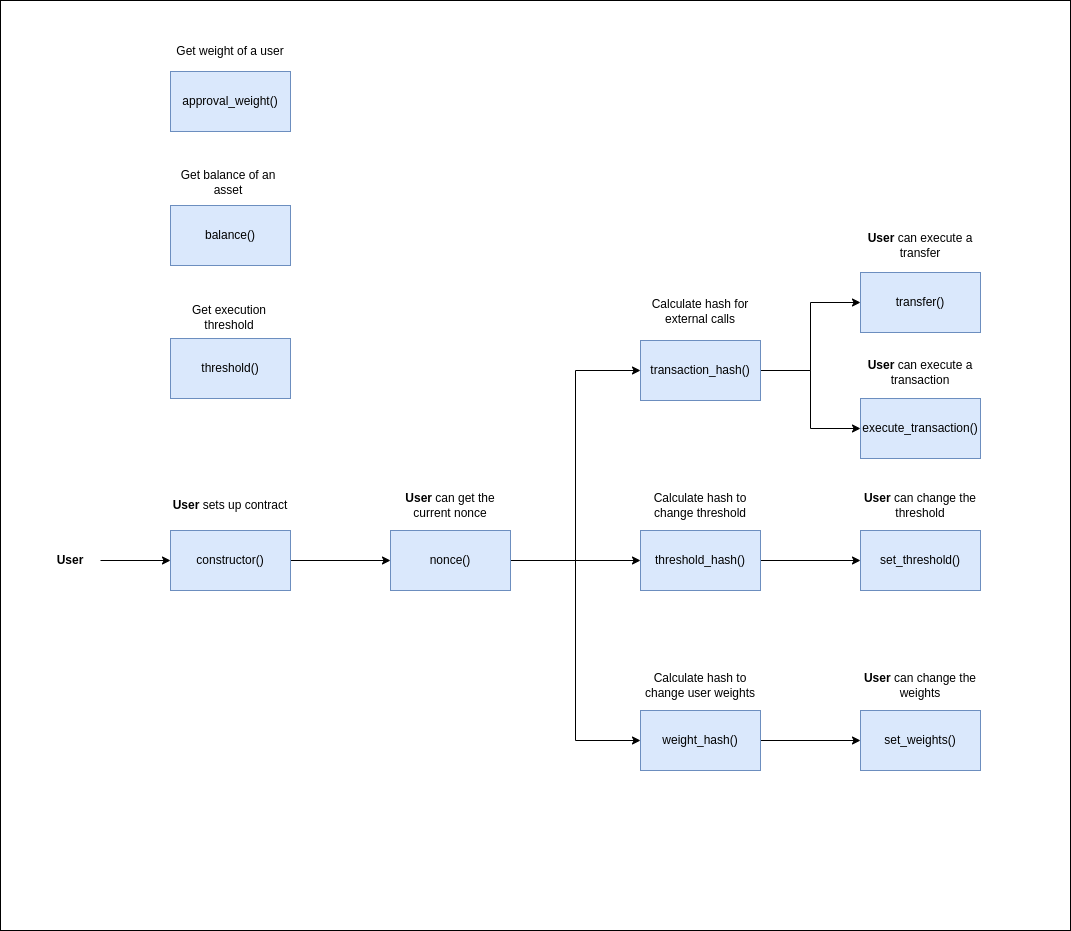
This is multisig-wallet/.docs/multisig-wallet-sequence-diagram.png from FuelLabs/sway-applications, a draw.io export, as it was before one commit. Source tidied: cells renumbered, new cells last; positions are measured from the earlier drawing's top-left corner, leaving out a move shared by most shapes.
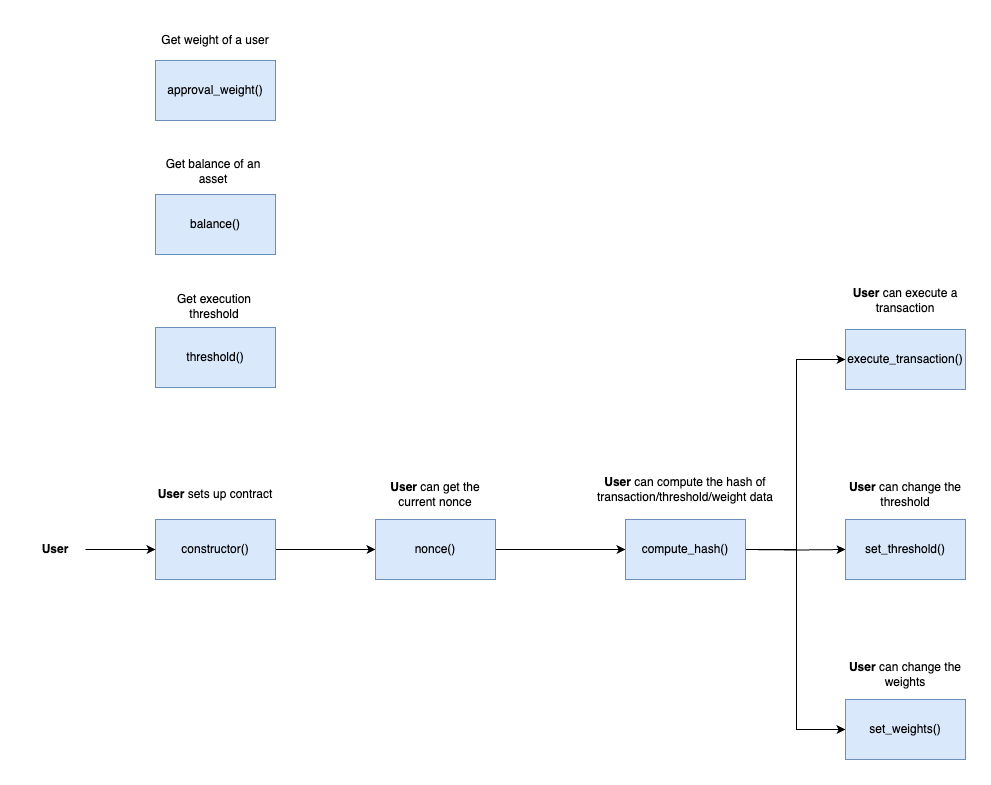
After the change.

Change to the diagram source:
```diff
@@ -2,9 +2,6 @@
   <root>
     <mxCell id="0" />
     <mxCell id="1" parent="0" />
-    <mxCell id="2" style="rounded=0;whiteSpace=wrap;html=1;" parent="1" vertex="1">
-      <mxGeometry width="1070" height="930" as="geometry" />
-    </mxCell>
     <mxCell id="3" style="edgeStyle=orthogonalEdgeStyle;rounded=0;jettySize=auto;html=1;entryX=0;entryY=0.5;entryDx=0;entryDy=0;" parent="1" edge="1" source="4" target="11">
       <mxGeometry relative="1" as="geometry" />
     </mxCell>
@@ -20,14 +17,28 @@
     <mxCell id="7" value="&lt;b&gt;User&lt;/b&gt;&amp;nbsp;sets up contract" style="text;html=1;strokeColor=none;fillColor=none;align=center;verticalAlign=middle;whiteSpace=wrap;rounded=0;" parent="1" vertex="1">
       <mxGeometry x="170" y="490" width="120" height="30" as="geometry" />
     </mxCell>
-    <mxCell id="8" style="edgeStyle=orthogonalEdgeStyle;rounded=0;jettySize=auto;html=1;entryX=0;entryY=0.5;entryDx=0;entryDy=0;" parent="1" edge="1" source="11" target="17">
-      <mxGeometry relative="1" as="geometry" />
+    <mxCell id="8" style="edgeStyle=orthogonalEdgeStyle;rounded=0;jettySize=auto;html=1;entryX=0;entryY=0.5;entryDx=0;entryDy=0;" parent="1" edge="1" source="11">
+      <mxGeometry relative="1" as="geometry">
+        <mxPoint x="640" y="560" as="targetPoint" />
+      </mxGeometry>
     </mxCell>
-    <mxCell id="9" style="edgeStyle=orthogonalEdgeStyle;rounded=0;jettySize=auto;html=1;entryX=0;entryY=0.5;entryDx=0;entryDy=0;" parent="1" edge="1" source="11" target="15">
-      <mxGeometry relative="1" as="geometry" />
+    <mxCell id="9" style="edgeStyle=orthogonalEdgeStyle;rounded=0;jettySize=auto;html=1;" parent="1" edge="1" target="24">
+      <mxGeometry relative="1" as="geometry">
+        <mxPoint x="680" y="560" as="sourcePoint" />
+        <Array as="points">
+          <mxPoint x="811" y="560" />
+          <mxPoint x="811" y="370" />
+        </Array>
+      </mxGeometry>
     </mxCell>
-    <mxCell id="10" style="edgeStyle=orthogonalEdgeStyle;rounded=0;jettySize=auto;html=1;entryX=0;entryY=0.5;entryDx=0;entryDy=0;" parent="1" edge="1" source="11" target="19">
-      <mxGeometry relative="1" as="geometry" />
+    <mxCell id="10" style="edgeStyle=orthogonalEdgeStyle;rounded=0;jettySize=auto;html=1;entryX=0;entryY=0.5;entryDx=0;entryDy=0;" parent="1" edge="1" target="28">
+      <mxGeometry relative="1" as="geometry">
+        <mxPoint x="680" y="560" as="sourcePoint" />
+        <Array as="points">
+          <mxPoint x="811" y="560" />
+          <mxPoint x="811" y="740" />
+        </Array>
+      </mxGeometry>
     </mxCell>
     <mxCell id="11" value="nonce()" style="rounded=0;whiteSpace=wrap;html=1;fillColor=#dae8fc;strokeColor=#6c8ebf;" parent="1" vertex="1">
       <mxGeometry x="390" y="530" width="120" height="60" as="geometry" />
@@ -35,48 +46,17 @@
     <mxCell id="12" value="&lt;b&gt;User&lt;/b&gt;&amp;nbsp;can get the current nonce" style="text;html=1;strokeColor=none;fillColor=none;align=center;verticalAlign=middle;whiteSpace=wrap;rounded=0;" parent="1" vertex="1">
       <mxGeometry x="390" y="490" width="120" height="30" as="geometry" />
     </mxCell>
-    <mxCell id="13" style="edgeStyle=orthogonalEdgeStyle;rounded=0;jettySize=auto;html=1;entryX=0;entryY=0.5;entryDx=0;entryDy=0;" parent="1" edge="1" source="15" target="23">
-      <mxGeometry relative="1" as="geometry" />
-    </mxCell>
-    <mxCell id="14" style="edgeStyle=orthogonalEdgeStyle;rounded=0;jettySize=auto;html=1;entryX=0;entryY=0.5;entryDx=0;entryDy=0;" parent="1" edge="1" source="15" target="24">
-      <mxGeometry relative="1" as="geometry" />
-    </mxCell>
-    <mxCell id="15" value="transaction_hash()" style="rounded=0;whiteSpace=wrap;html=1;fillColor=#dae8fc;strokeColor=#6c8ebf;" parent="1" vertex="1">
-      <mxGeometry x="640" y="340" width="120" height="60" as="geometry" />
-    </mxCell>
-    <mxCell id="16" style="edgeStyle=orthogonalEdgeStyle;rounded=0;jettySize=auto;html=1;entryX=0;entryY=0.5;entryDx=0;entryDy=0;" parent="1" edge="1" source="17" target="27">
-      <mxGeometry relative="1" as="geometry" />
+    <mxCell id="16" style="edgeStyle=orthogonalEdgeStyle;rounded=0;jettySize=auto;html=1;entryX=0;entryY=0.5;entryDx=0;entryDy=0;" parent="1" edge="1" target="27">
+      <mxGeometry relative="1" as="geometry">
+        <mxPoint x="760" y="560" as="sourcePoint" />
+      </mxGeometry>
     </mxCell>
-    <mxCell id="17" value="threshold_hash()" style="rounded=0;whiteSpace=wrap;html=1;fillColor=#dae8fc;strokeColor=#6c8ebf;" parent="1" vertex="1">
-      <mxGeometry x="640" y="530" width="120" height="60" as="geometry" />
-    </mxCell>
-    <mxCell id="18" style="edgeStyle=orthogonalEdgeStyle;rounded=0;jettySize=auto;html=1;entryX=0;entryY=0.5;entryDx=0;entryDy=0;" parent="1" edge="1" source="19" target="28">
-      <mxGeometry relative="1" as="geometry" />
-    </mxCell>
-    <mxCell id="19" value="weight_hash()" style="rounded=0;whiteSpace=wrap;html=1;fillColor=#dae8fc;strokeColor=#6c8ebf;" parent="1" vertex="1">
-      <mxGeometry x="640" y="710" width="120" height="60" as="geometry" />
-    </mxCell>
-    <mxCell id="20" value="Calculate hash for external calls" style="text;html=1;strokeColor=none;fillColor=none;align=center;verticalAlign=middle;whiteSpace=wrap;rounded=0;" parent="1" vertex="1">
-      <mxGeometry x="640" y="296" width="120" height="30" as="geometry" />
-    </mxCell>
-    <mxCell id="21" value="Calculate hash to change threshold" style="text;html=1;strokeColor=none;fillColor=none;align=center;verticalAlign=middle;whiteSpace=wrap;rounded=0;" parent="1" vertex="1">
-      <mxGeometry x="640" y="490" width="120" height="30" as="geometry" />
+    <mxCell id="21" value="&lt;b style=&quot;border-color: var(--border-color);&quot;&gt;User&lt;/b&gt;&amp;nbsp;can compute the hash of transaction/threshold/weight data" style="text;html=1;strokeColor=none;fillColor=none;align=center;verticalAlign=middle;whiteSpace=wrap;rounded=0;" parent="1" vertex="1">
+      <mxGeometry x="610" y="459" width="180" height="81" as="geometry" />
     </mxCell>
-    <mxCell id="22" value="Calculate hash to change user weights" style="text;html=1;strokeColor=none;fillColor=none;align=center;verticalAlign=middle;whiteSpace=wrap;rounded=0;" parent="1" vertex="1">
-      <mxGeometry x="640" y="670" width="120" height="30" as="geometry" />
-    </mxCell>
-    <mxCell id="23" value="transfer()" style="rounded=0;whiteSpace=wrap;html=1;fillColor=#dae8fc;strokeColor=#6c8ebf;" parent="1" vertex="1">
-      <mxGeometry x="860" y="272" width="120" height="60" as="geometry" />
-    </mxCell>
     <mxCell id="24" value="execute_transaction()" style="rounded=0;whiteSpace=wrap;html=1;fillColor=#dae8fc;strokeColor=#6c8ebf;" parent="1" vertex="1">
-      <mxGeometry x="860" y="398" width="120" height="60" as="geometry" />
+      <mxGeometry x="860" y="340" width="120" height="60" as="geometry" />
     </mxCell>
-    <mxCell id="25" value="&lt;b&gt;User&lt;/b&gt;&amp;nbsp;can execute a transfer" style="text;html=1;strokeColor=none;fillColor=none;align=center;verticalAlign=middle;whiteSpace=wrap;rounded=0;" parent="1" vertex="1">
-      <mxGeometry x="860" y="230" width="120" height="30" as="geometry" />
-    </mxCell>
-    <mxCell id="26" value="&lt;b&gt;User&lt;/b&gt;&amp;nbsp;can execute a transaction" style="text;html=1;strokeColor=none;fillColor=none;align=center;verticalAlign=middle;whiteSpace=wrap;rounded=0;" parent="1" vertex="1">
-      <mxGeometry x="860" y="357" width="120" height="30" as="geometry" />
-    </mxCell>
     <mxCell id="27" value="set_threshold()" style="rounded=0;whiteSpace=wrap;html=1;fillColor=#dae8fc;strokeColor=#6c8ebf;" parent="1" vertex="1">
       <mxGeometry x="860" y="530" width="120" height="60" as="geometry" />
     </mxCell>
@@ -107,5 +87,11 @@
     <mxCell id="36" value="Get execution threshold" style="text;html=1;strokeColor=none;fillColor=none;align=center;verticalAlign=middle;whiteSpace=wrap;rounded=0;" parent="1" vertex="1">
       <mxGeometry x="168" y="302" width="122" height="30" as="geometry" />
     </mxCell>
+    <mxCell id="26" value="&lt;b&gt;User &lt;/b&gt;can execute a transaction" style="text;html=1;strokeColor=none;fillColor=none;align=center;verticalAlign=middle;whiteSpace=wrap;rounded=0;" parent="1" vertex="1">
+      <mxGeometry x="860" y="296" width="120" height="30" as="geometry" />
+    </mxCell>
+    <mxCell id="37" value="compute_hash()" style="rounded=0;whiteSpace=wrap;html=1;fillColor=#dae8fc;strokeColor=#6c8ebf;" parent="1" vertex="1">
+      <mxGeometry x="640" y="530" width="120" height="60" as="geometry" />
+    </mxCell>
   </root>
 </mxGraphModel>
```
